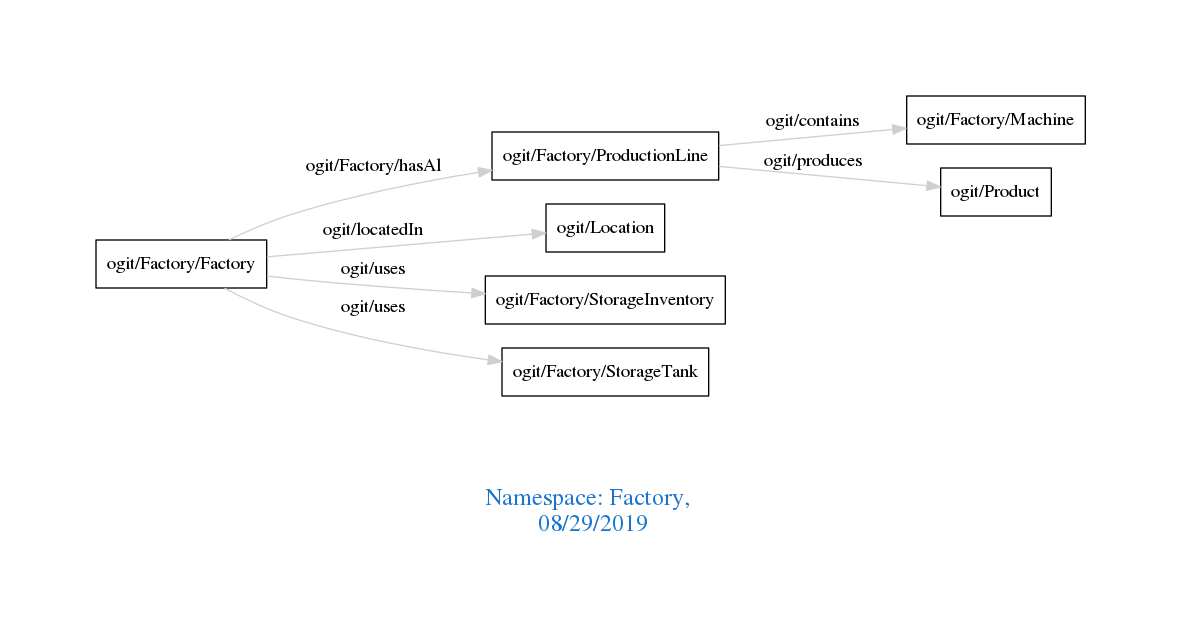
The Graphviz diagram downloads/Factory.png in arago/OGIT, before a commit. Its source is kept beside it as downloads/Factory.dot.
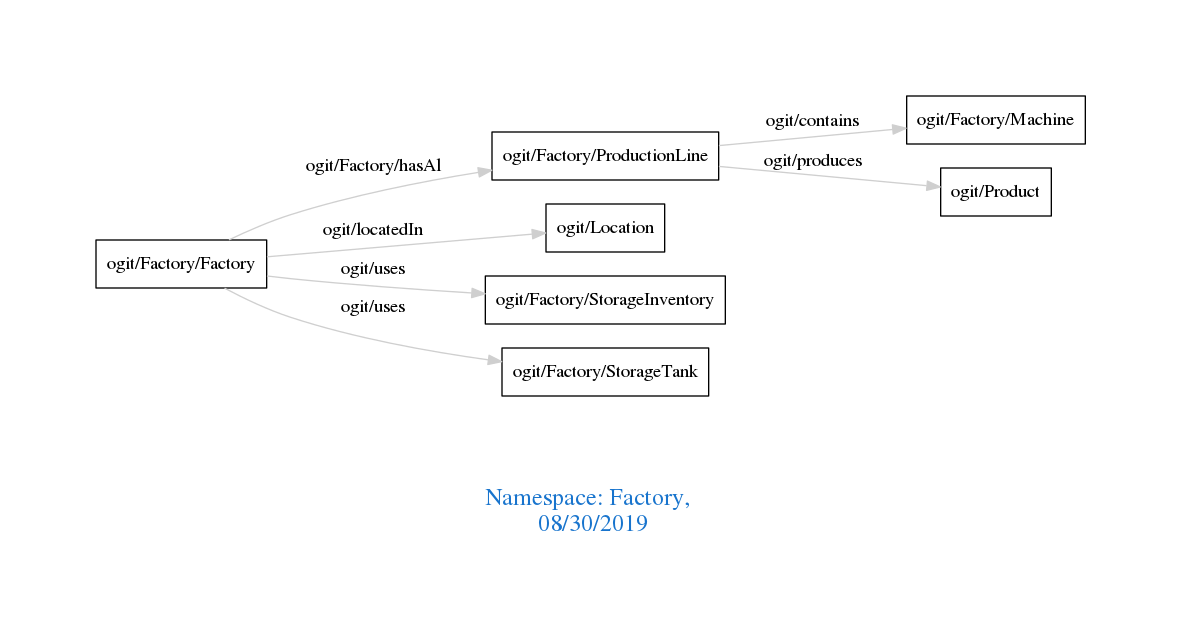
The same file after the commit.

What changed in the source:
```diff
@@ -1,7 +1,7 @@
 digraph OGIT_ontology {
  graph [ rankdir= LR,pad=1
 fontsize = 18,
-fontcolor= dodgerblue3,label = "\n\n\nNamespace: Factory, \n 08/29/2019"];
+fontcolor= dodgerblue3,label = "\n\n\nNamespace: Factory, \n 08/30/2019"];
 node[shape=polygon];
 edge [  color="gray81"];
 
```
